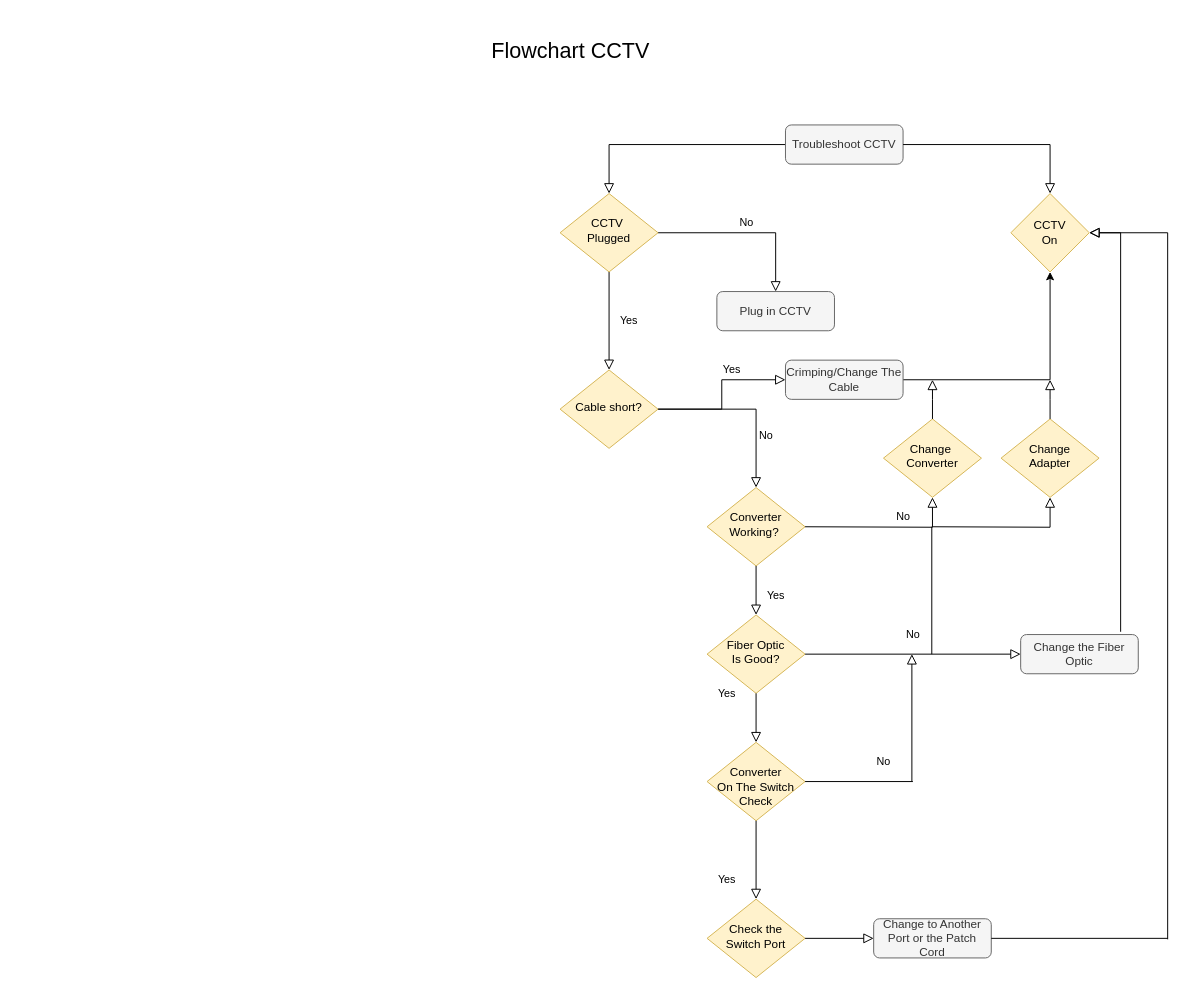
This is Untitled Diagram.drawio from ivietwill/ujian, a draw.io file, before an edit. Source tidied: cells renumbered, new cells numbered last; positions are measured from the earlier drawing's top-left corner, leaving out a move shared by most shapes. Both pictures are drawn from the tidied source at 98%, with x=0, y=0 at pixel (467, 17).
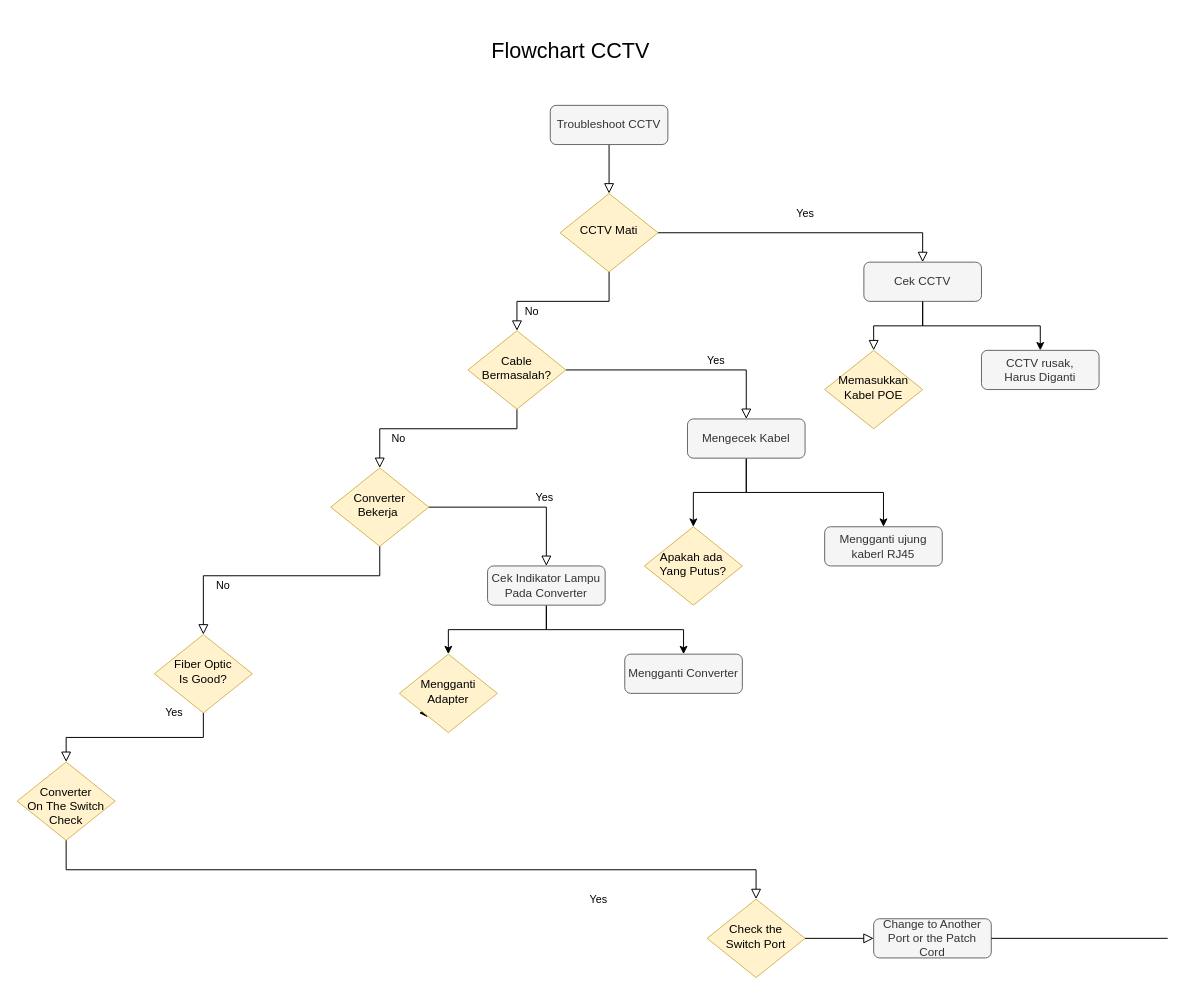
The same diagram, later.

The edit, as a diff of the source:
```diff
@@
     <mxCell id="3" value="Troubleshoot CCTV" style="rounded=1;whiteSpace=wrap;html=1;fontSize=12;glass=0;strokeWidth=1;shadow=0;fillColor=#f5f5f5;strokeColor=#666666;fontColor=#333333;" parent="1" vertex="1">
-      <mxGeometry x="324" y="110" width="120" height="40" as="geometry" />
+      <mxGeometry x="84" y="90" width="120" height="40" as="geometry" />
     </mxCell>
-    <mxCell id="4" value="Yes" style="rounded=0;html=1;jettySize=auto;fontSize=11;endArrow=block;endFill=0;endSize=8;strokeWidth=1;shadow=0;labelBackgroundColor=none;edgeStyle=orthogonalEdgeStyle;" parent="1" edge="1" source="6" target="10">
-      <mxGeometry y="20" relative="1" as="geometry" />
-    </mxCell>
-    <mxCell id="5" value="No" style="edgeStyle=orthogonalEdgeStyle;rounded=0;html=1;jettySize=auto;fontSize=11;endArrow=block;endFill=0;endSize=8;strokeWidth=1;shadow=0;labelBackgroundColor=none;" parent="1" edge="1" source="6" target="7">
-      <mxGeometry y="10" relative="1" as="geometry" />
-    </mxCell>
-    <mxCell id="6" value="CCTV&amp;nbsp;&lt;br&gt;Plugged" style="rhombus;whiteSpace=wrap;html=1;shadow=0;fontFamily=Helvetica;fontSize=12;align=center;strokeWidth=1;spacing=6;spacingTop=-4;fillColor=#fff2cc;strokeColor=#d6b656;" parent="1" vertex="1">
+    <mxCell id="6" value="CCTV Mati" style="rhombus;whiteSpace=wrap;html=1;shadow=0;fontFamily=Helvetica;fontSize=12;align=center;strokeWidth=1;spacing=6;spacingTop=-4;fillColor=#fff2cc;strokeColor=#d6b656;" parent="1" vertex="1">
       <mxGeometry x="94" y="180" width="100" height="80" as="geometry" />
     </mxCell>
+    <mxCell id="39" style="edgeStyle=orthogonalEdgeStyle;rounded=0;jettySize=auto;html=1;exitX=0.5;exitY=1;exitDx=0;exitDy=0;entryX=0.5;entryY=0;entryDx=0;entryDy=0;" parent="1" edge="1" source="7" target="51">
+      <mxGeometry relative="1" as="geometry" />
+    </mxCell>
-    <mxCell id="7" value="Plug in CCTV" style="rounded=1;whiteSpace=wrap;html=1;fontSize=12;glass=0;strokeWidth=1;shadow=0;fillColor=#f5f5f5;strokeColor=#666666;fontColor=#333333;" parent="1" vertex="1">
-      <mxGeometry x="254" y="280" width="120" height="40" as="geometry" />
+    <mxCell id="7" value="Cek CCTV" style="rounded=1;whiteSpace=wrap;html=1;fontSize=12;glass=0;strokeWidth=1;shadow=0;fillColor=#f5f5f5;strokeColor=#666666;fontColor=#333333;" parent="1" vertex="1">
+      <mxGeometry x="404" y="250" width="120" height="40" as="geometry" />
     </mxCell>
     <mxCell id="8" value="No" style="rounded=0;html=1;jettySize=auto;fontSize=11;endArrow=block;endFill=0;endSize=8;strokeWidth=1;shadow=0;labelBackgroundColor=none;edgeStyle=orthogonalEdgeStyle;entryX=0.5;entryY=0;entryDx=0;entryDy=0;" parent="1" edge="1" source="10" target="15">
-      <mxGeometry x="0.41" y="10" relative="1" as="geometry" />
+      <mxGeometry x="0.41" y="10" relative="1" as="geometry">
+        <Array as="points">
+          <mxPoint x="50" y="420" />
+          <mxPoint x="-90" y="420" />
+        </Array>
+      </mxGeometry>
     </mxCell>
-    <mxCell id="9" value="Yes" style="edgeStyle=orthogonalEdgeStyle;rounded=0;html=1;jettySize=auto;fontSize=11;endArrow=block;endFill=0;endSize=8;strokeWidth=1;shadow=0;labelBackgroundColor=none;" parent="1" edge="1" source="10" target="12">
+    <mxCell id="9" value="Yes" style="edgeStyle=orthogonalEdgeStyle;rounded=0;html=1;jettySize=auto;fontSize=11;endArrow=block;endFill=0;endSize=8;strokeWidth=1;shadow=0;labelBackgroundColor=none;exitX=1;exitY=0.5;exitDx=0;exitDy=0;" parent="1" edge="1" source="10" target="12">
       <mxGeometry x="0.31" y="10" relative="1" as="geometry" />
     </mxCell>
-    <mxCell id="10" value="Cable short?" style="rhombus;whiteSpace=wrap;html=1;shadow=0;fontFamily=Helvetica;fontSize=12;align=center;strokeWidth=1;spacing=6;spacingTop=-4;fillColor=#fff2cc;strokeColor=#d6b656;" parent="1" vertex="1">
-      <mxGeometry x="94" y="360" width="100" height="80" as="geometry" />
+    <mxCell id="10" value="Cable Bermasalah?" style="rhombus;whiteSpace=wrap;html=1;shadow=0;fontFamily=Helvetica;fontSize=12;align=center;strokeWidth=1;spacing=6;spacingTop=-4;fillColor=#fff2cc;strokeColor=#d6b656;" parent="1" vertex="1">
+      <mxGeometry y="320" width="100" height="80" as="geometry" />
     </mxCell>
-    <mxCell id="11" style="edgeStyle=orthogonalEdgeStyle;rounded=0;jettySize=auto;html=1;" parent="1" edge="1" source="12" target="13">
-      <mxGeometry relative="1" as="geometry" />
-    </mxCell>
+    <mxCell id="40" style="edgeStyle=orthogonalEdgeStyle;rounded=0;jettySize=auto;html=1;exitX=0.5;exitY=1;exitDx=0;exitDy=0;entryX=0.5;entryY=0;entryDx=0;entryDy=0;" parent="1" edge="1" source="12" target="49">
+      <mxGeometry relative="1" as="geometry" />
+    </mxCell>
+    <mxCell id="41" style="edgeStyle=orthogonalEdgeStyle;rounded=0;jettySize=auto;html=1;exitX=0.5;exitY=1;exitDx=0;exitDy=0;entryX=0.5;entryY=0;entryDx=0;entryDy=0;" parent="1" edge="1" source="12" target="50">
+      <mxGeometry relative="1" as="geometry" />
+    </mxCell>
-    <mxCell id="12" value="Crimping/Change The Cable" style="rounded=1;whiteSpace=wrap;html=1;fontSize=12;glass=0;strokeWidth=1;shadow=0;fillColor=#f5f5f5;strokeColor=#666666;fontColor=#333333;" parent="1" vertex="1">
-      <mxGeometry x="324" y="350" width="120" height="40" as="geometry" />
+    <mxCell id="12" value="Mengecek Kabel" style="rounded=1;whiteSpace=wrap;html=1;fontSize=12;glass=0;strokeWidth=1;shadow=0;fillColor=#f5f5f5;strokeColor=#666666;fontColor=#333333;" parent="1" vertex="1">
+      <mxGeometry x="224" y="410" width="120" height="40" as="geometry" />
     </mxCell>
-    <mxCell id="13" value="CCTV&lt;br&gt;On" style="rhombus;whiteSpace=wrap;html=1;fillColor=#fff2cc;strokeColor=#d6b656;" parent="1" vertex="1">
-      <mxGeometry x="554" y="180" width="80" height="80" as="geometry" />
-    </mxCell>
-    <mxCell id="14" style="rounded=0;html=1;jettySize=auto;fontSize=11;endArrow=block;endFill=0;endSize=8;strokeWidth=1;shadow=0;labelBackgroundColor=none;edgeStyle=orthogonalEdgeStyle;exitX=1;exitY=0.5;exitDx=0;exitDy=0;" parent="1" edge="1" source="3" target="13">
-      <mxGeometry relative="1" as="geometry" />
-    </mxCell>
-    <mxCell id="15" value="Converter&lt;br&gt;Working?&amp;nbsp;" style="rhombus;whiteSpace=wrap;html=1;shadow=0;fontFamily=Helvetica;fontSize=12;align=center;strokeWidth=1;spacing=6;spacingTop=-4;fillColor=#fff2cc;strokeColor=#d6b656;" parent="1" vertex="1">
-      <mxGeometry x="244" y="480" width="100" height="80" as="geometry" />
+    <mxCell id="15" value="Converter&lt;br&gt;Bekerja&amp;nbsp;" style="rhombus;whiteSpace=wrap;html=1;shadow=0;fontFamily=Helvetica;fontSize=12;align=center;strokeWidth=1;spacing=6;spacingTop=-4;fillColor=#fff2cc;strokeColor=#d6b656;" parent="1" vertex="1">
+      <mxGeometry x="-140" y="460" width="100" height="80" as="geometry" />
     </mxCell>
-    <mxCell id="16" value="Yes" style="edgeStyle=orthogonalEdgeStyle;rounded=0;html=1;jettySize=auto;fontSize=11;endArrow=block;endFill=0;endSize=8;strokeWidth=1;shadow=0;labelBackgroundColor=none;entryX=0.5;entryY=1;entryDx=0;entryDy=0;" parent="1" edge="1" target="17">
-      <mxGeometry x="-1" y="-76" relative="1" as="geometry">
-        <mxPoint x="344" y="520" as="sourcePoint" />
-        <mxPoint x="-30" y="-6" as="offset" />
-      </mxGeometry>
-    </mxCell>
-    <mxCell id="17" value="Change&amp;nbsp;&lt;br&gt;Converter" style="rhombus;whiteSpace=wrap;html=1;shadow=0;fontFamily=Helvetica;fontSize=12;align=center;strokeWidth=1;spacing=6;spacingTop=-4;fillColor=#fff2cc;strokeColor=#d6b656;" parent="1" vertex="1">
-      <mxGeometry x="424" y="410" width="100" height="80" as="geometry" />
-    </mxCell>
-    <mxCell id="18" style="rounded=0;html=1;jettySize=auto;fontSize=11;endArrow=block;endFill=0;endSize=8;strokeWidth=1;shadow=0;labelBackgroundColor=none;edgeStyle=orthogonalEdgeStyle;exitX=0.5;exitY=0;exitDx=0;exitDy=0;" parent="1" edge="1" source="17">
-      <mxGeometry relative="1" as="geometry">
-        <mxPoint x="474" y="370" as="targetPoint" />
-      </mxGeometry>
-    </mxCell>
-    <mxCell id="19" value="Change&lt;br&gt;Adapter" style="rhombus;whiteSpace=wrap;html=1;shadow=0;fontFamily=Helvetica;fontSize=12;align=center;strokeWidth=1;spacing=6;spacingTop=-4;fillColor=#fff2cc;strokeColor=#d6b656;" parent="1" vertex="1">
-      <mxGeometry x="544" y="410" width="100" height="80" as="geometry" />
-    </mxCell>
-    <mxCell id="20" style="rounded=0;html=1;jettySize=auto;fontSize=11;endArrow=block;endFill=0;endSize=8;strokeWidth=1;shadow=0;labelBackgroundColor=none;edgeStyle=orthogonalEdgeStyle;exitX=0.5;exitY=0;exitDx=0;exitDy=0;" parent="1" edge="1" source="19">
-      <mxGeometry relative="1" as="geometry">
-        <mxPoint x="594" y="370" as="targetPoint" />
-      </mxGeometry>
-    </mxCell>
-    <mxCell id="21" style="rounded=0;html=1;jettySize=auto;fontSize=11;endArrow=block;endFill=0;endSize=8;strokeWidth=1;shadow=0;labelBackgroundColor=none;edgeStyle=orthogonalEdgeStyle;entryX=0.5;entryY=1;entryDx=0;entryDy=0;" parent="1" edge="1" target="19">
-      <mxGeometry relative="1" as="geometry">
-        <mxPoint x="474" y="520" as="sourcePoint" />
-      </mxGeometry>
-    </mxCell>
-    <mxCell id="22" value="No" style="rounded=0;html=1;jettySize=auto;fontSize=11;endArrow=block;endFill=0;endSize=8;strokeWidth=1;shadow=0;labelBackgroundColor=none;edgeStyle=orthogonalEdgeStyle;entryX=0.5;entryY=0;entryDx=0;entryDy=0;exitX=0.5;exitY=1;exitDx=0;exitDy=0;" parent="1" edge="1" source="15" target="23">
-      <mxGeometry x="-1" y="158" relative="1" as="geometry">
-        <mxPoint x="-8" y="-50" as="offset" />
-      </mxGeometry>
-    </mxCell>
     <mxCell id="23" value="Fiber Optic&lt;br&gt;Is Good?" style="rhombus;whiteSpace=wrap;html=1;shadow=0;fontFamily=Helvetica;fontSize=12;align=center;strokeWidth=1;spacing=6;spacingTop=-4;fillColor=#fff2cc;strokeColor=#d6b656;" parent="1" vertex="1">
-      <mxGeometry x="244" y="610" width="100" height="80" as="geometry" />
+      <mxGeometry x="-320" y="630" width="100" height="80" as="geometry" />
     </mxCell>
-    <mxCell id="24" value="Change the Fiber Optic" style="rounded=1;whiteSpace=wrap;html=1;fontSize=12;glass=0;strokeWidth=1;shadow=0;fillColor=#f5f5f5;strokeColor=#666666;fontColor=#333333;" parent="1" vertex="1">
-      <mxGeometry x="564" y="630" width="120" height="40" as="geometry" />
-    </mxCell>
-    <mxCell id="25" style="rounded=0;html=1;jettySize=auto;fontSize=11;endArrow=block;endFill=0;endSize=8;strokeWidth=1;shadow=0;labelBackgroundColor=none;edgeStyle=orthogonalEdgeStyle;exitX=0.85;exitY=-0.071;exitDx=0;exitDy=0;exitPerimeter=0;entryX=1;entryY=0.5;entryDx=0;entryDy=0;" parent="1" edge="1" source="24" target="13">
-      <mxGeometry relative="1" as="geometry" />
-    </mxCell>
-    <mxCell id="26" value="No" style="rounded=0;html=1;jettySize=auto;fontSize=11;endArrow=block;endFill=0;endSize=8;strokeWidth=1;shadow=0;labelBackgroundColor=none;edgeStyle=orthogonalEdgeStyle;entryX=0;entryY=0.5;entryDx=0;entryDy=0;" parent="1" edge="1" source="23" target="24">
-      <mxGeometry y="20" relative="1" as="geometry" />
-    </mxCell>
@@
     <mxCell id="28" value="&lt;br&gt;Converter&lt;br&gt;On The Switch&lt;br&gt;Check" style="rhombus;whiteSpace=wrap;html=1;shadow=0;fontFamily=Helvetica;fontSize=12;align=center;strokeWidth=1;spacing=6;spacingTop=-4;fillColor=#fff2cc;strokeColor=#d6b656;" parent="1" vertex="1">
-      <mxGeometry x="244" y="740" width="100" height="80" as="geometry" />
+      <mxGeometry x="-460" y="760" width="100" height="80" as="geometry" />
     </mxCell>
-    <mxCell id="29" style="endArrow=none;html=1;exitX=1;exitY=0.5;exitDx=0;exitDy=0;" parent="1" edge="1" source="28">
-      <mxGeometry relative="1" as="geometry">
-        <mxPoint x="454" y="780" as="targetPoint" />
-      </mxGeometry>
-    </mxCell>
-    <mxCell id="30" value="No" style="rounded=0;html=1;jettySize=auto;orthogonalLoop=1;fontSize=11;endArrow=block;endFill=0;endSize=8;strokeWidth=1;shadow=0;labelBackgroundColor=none;edgeStyle=orthogonalEdgeStyle;" parent="1" edge="1">
-      <mxGeometry x="-0.69" y="29" relative="1" as="geometry">
-        <mxPoint x="453" y="780" as="sourcePoint" />
-        <mxPoint x="453" y="650" as="targetPoint" />
-      </mxGeometry>
-    </mxCell>
-    <mxCell id="31" style="endArrow=none;html=1;" parent="1" edge="1">
-      <mxGeometry relative="1" as="geometry">
-        <mxPoint x="473.3" y="650" as="sourcePoint" />
-        <mxPoint x="473.3" y="520" as="targetPoint" />
-      </mxGeometry>
-    </mxCell>
@@
-    <mxCell id="36" style="rounded=0;html=1;jettySize=auto;orthogonalLoop=1;fontSize=11;endArrow=block;endFill=0;endSize=8;strokeWidth=1;shadow=0;labelBackgroundColor=none;edgeStyle=orthogonalEdgeStyle;" parent="1" edge="1">
-      <mxGeometry relative="1" as="geometry">
-        <mxPoint x="714" y="941" as="sourcePoint" />
-        <mxPoint x="634" y="220" as="targetPoint" />
-        <Array as="points">
-          <mxPoint x="714" y="220" />
-        </Array>
-      </mxGeometry>
-    </mxCell>
@@
+    <mxCell id="5" value="Yes" style="rounded=0;html=1;jettySize=auto;fontSize=11;endArrow=block;endFill=0;endSize=8;strokeWidth=1;shadow=0;labelBackgroundColor=none;edgeStyle=orthogonalEdgeStyle;exitX=1;exitY=0.5;exitDx=0;exitDy=0;entryX=0.5;entryY=0;entryDx=0;entryDy=0;" parent="1" edge="1" source="6" target="7">
+      <mxGeometry y="20" relative="1" as="geometry">
+        <Array as="points">
+          <mxPoint x="464" y="220" />
+        </Array>
+      </mxGeometry>
+    </mxCell>
+    <mxCell id="22" value="No" style="rounded=0;html=1;jettySize=auto;fontSize=11;endArrow=block;endFill=0;endSize=8;strokeWidth=1;shadow=0;labelBackgroundColor=none;edgeStyle=orthogonalEdgeStyle;entryX=0.5;entryY=0;entryDx=0;entryDy=0;exitX=0.5;exitY=1;exitDx=0;exitDy=0;" parent="1" edge="1" source="6" target="10">
+      <mxGeometry x="0.41" y="10" relative="1" as="geometry">
+        <Array as="points">
+          <mxPoint x="144" y="290" />
+          <mxPoint x="50" y="290" />
+        </Array>
+      </mxGeometry>
+    </mxCell>
+    <mxCell id="42" value="Yes" style="edgeStyle=orthogonalEdgeStyle;rounded=0;html=1;jettySize=auto;fontSize=11;endArrow=block;endFill=0;endSize=8;strokeWidth=1;shadow=0;labelBackgroundColor=none;exitX=1;exitY=0.5;exitDx=0;exitDy=0;entryX=0.5;entryY=0;entryDx=0;entryDy=0;" parent="1" edge="1" source="15" target="48">
+      <mxGeometry x="0.31" y="10" relative="1" as="geometry" />
+    </mxCell>
+    <mxCell id="43" value="No" style="rounded=0;html=1;jettySize=auto;fontSize=11;endArrow=block;endFill=0;endSize=8;strokeWidth=1;shadow=0;labelBackgroundColor=none;edgeStyle=orthogonalEdgeStyle;exitX=0.5;exitY=1;exitDx=0;exitDy=0;" parent="1" edge="1" source="15" target="23">
+      <mxGeometry x="0.41" y="10" relative="1" as="geometry">
+        <Array as="points">
+          <mxPoint x="-90" y="570" />
+          <mxPoint x="-270" y="570" />
+        </Array>
+      </mxGeometry>
+    </mxCell>
+    <mxCell id="44" value="Memasukkan Kabel POE" style="rhombus;whiteSpace=wrap;html=1;shadow=0;fontFamily=Helvetica;fontSize=12;align=center;strokeWidth=1;spacing=6;spacingTop=-4;fillColor=#fff2cc;strokeColor=#d6b656;" parent="1" vertex="1">
+      <mxGeometry x="364" y="340" width="100" height="80" as="geometry" />
+    </mxCell>
+    <mxCell id="45" style="rounded=0;html=1;jettySize=auto;fontSize=11;endArrow=block;endFill=0;endSize=8;strokeWidth=1;shadow=0;labelBackgroundColor=none;edgeStyle=orthogonalEdgeStyle;exitX=0.5;exitY=1;exitDx=0;exitDy=0;entryX=0.5;entryY=0;entryDx=0;entryDy=0;" parent="1" edge="1" source="7" target="44">
+      <mxGeometry relative="1" as="geometry" />
+    </mxCell>
+    <mxCell id="46" style="edgeStyle=orthogonalEdgeStyle;rounded=0;jettySize=auto;html=1;exitX=0.5;exitY=1;exitDx=0;exitDy=0;entryX=0.5;entryY=0;entryDx=0;entryDy=0;" parent="1" edge="1" source="48" target="53">
+      <mxGeometry relative="1" as="geometry" />
+    </mxCell>
+    <mxCell id="47" style="edgeStyle=orthogonalEdgeStyle;rounded=0;jettySize=auto;html=1;exitX=0.5;exitY=1;exitDx=0;exitDy=0;entryX=0.5;entryY=0;entryDx=0;entryDy=0;" parent="1" edge="1" source="48" target="54">
+      <mxGeometry relative="1" as="geometry" />
+    </mxCell>
+    <mxCell id="48" value="Cek Indikator Lampu Pada Converter" style="rounded=1;whiteSpace=wrap;html=1;fontSize=12;glass=0;strokeWidth=1;shadow=0;fillColor=#f5f5f5;strokeColor=#666666;fontColor=#333333;" parent="1" vertex="1">
+      <mxGeometry x="20" y="560" width="120" height="40" as="geometry" />
+    </mxCell>
+    <mxCell id="49" value="Apakah ada&amp;nbsp;&lt;br&gt;Yang Putus?" style="rhombus;whiteSpace=wrap;html=1;shadow=0;fontFamily=Helvetica;fontSize=12;align=center;strokeWidth=1;spacing=6;spacingTop=-4;fillColor=#fff2cc;strokeColor=#d6b656;" parent="1" vertex="1">
+      <mxGeometry x="180" y="520" width="100" height="80" as="geometry" />
+    </mxCell>
+    <mxCell id="50" value="Mengganti ujung kaberl RJ45" style="rounded=1;whiteSpace=wrap;html=1;fontSize=12;glass=0;strokeWidth=1;shadow=0;fillColor=#f5f5f5;strokeColor=#666666;fontColor=#333333;" parent="1" vertex="1">
+      <mxGeometry x="364" y="520" width="120" height="40" as="geometry" />
+    </mxCell>
+    <mxCell id="51" value="CCTV rusak,&lt;br&gt;Harus Diganti" style="rounded=1;whiteSpace=wrap;html=1;fontSize=12;glass=0;strokeWidth=1;shadow=0;fillColor=#f5f5f5;strokeColor=#666666;fontColor=#333333;" parent="1" vertex="1">
+      <mxGeometry x="524" y="340" width="120" height="40" as="geometry" />
+    </mxCell>
+    <mxCell id="52" style="edgeStyle=orthogonalEdgeStyle;rounded=0;jettySize=auto;html=1;exitX=0;exitY=1;exitDx=0;exitDy=0;" parent="1" edge="1" source="53">
+      <mxGeometry relative="1" as="geometry">
+        <mxPoint x="-50" y="710" as="targetPoint" />
+      </mxGeometry>
+    </mxCell>
+    <mxCell id="53" value="Mengganti Adapter" style="rhombus;whiteSpace=wrap;html=1;shadow=0;fontFamily=Helvetica;fontSize=12;align=center;strokeWidth=1;spacing=6;spacingTop=-4;fillColor=#fff2cc;strokeColor=#d6b656;" parent="1" vertex="1">
+      <mxGeometry x="-70" y="650" width="100" height="80" as="geometry" />
+    </mxCell>
+    <mxCell id="54" value="Mengganti Converter" style="rounded=1;whiteSpace=wrap;html=1;fontSize=12;glass=0;strokeWidth=1;shadow=0;fillColor=#f5f5f5;strokeColor=#666666;fontColor=#333333;" parent="1" vertex="1">
+      <mxGeometry x="160" y="650" width="120" height="40" as="geometry" />
+    </mxCell>
```
